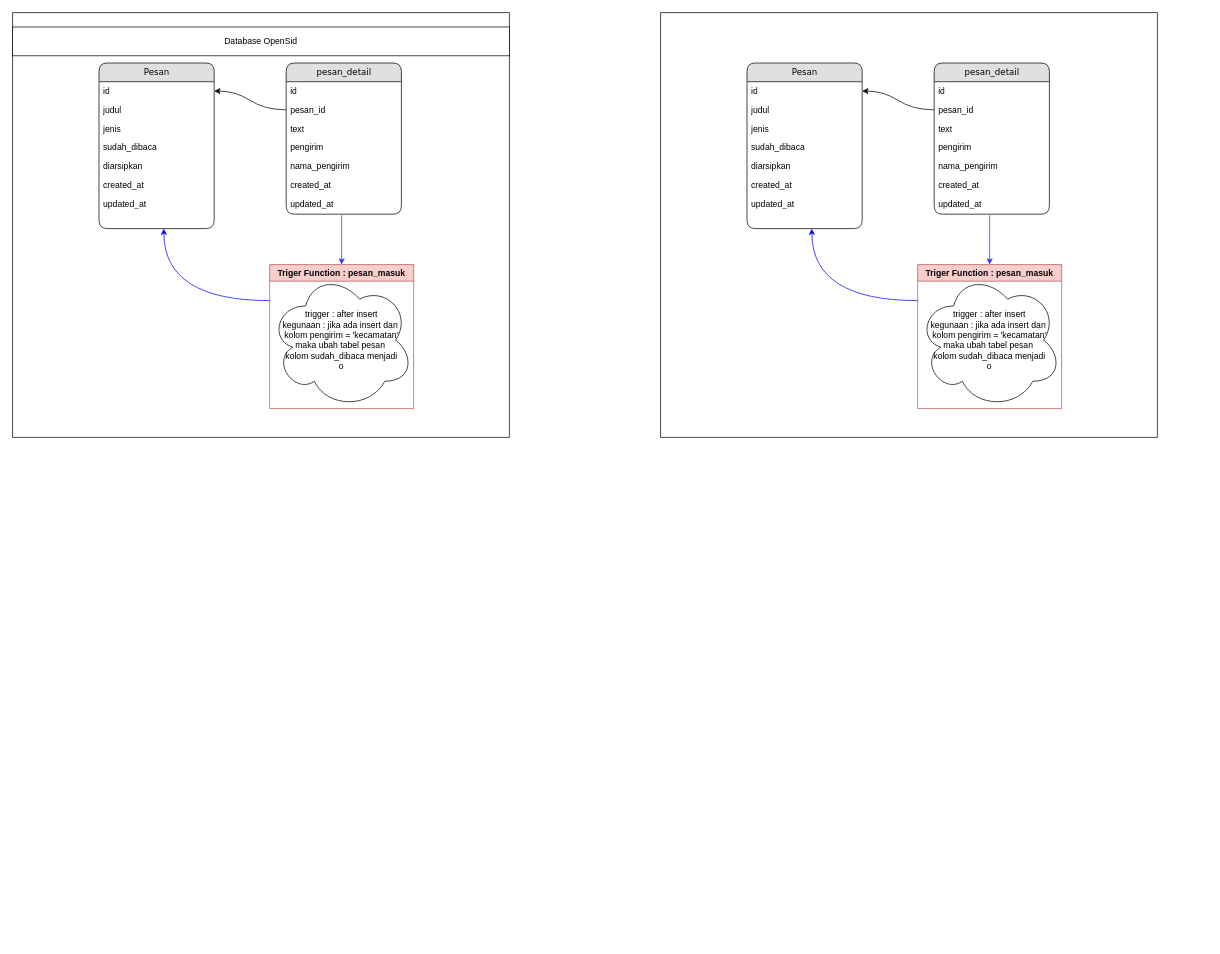
Earlier version of the draw.io diagram Untitled Diagram.drawio (apidong/apidong). Source tidied: cells renumbered, new cells numbered last; positions are measured from the earlier drawing's top-left corner, leaving out a move shared by most shapes. Both pictures are drawn from the tidied source at 72%, with x=0, y=0 at pixel (12, 12).
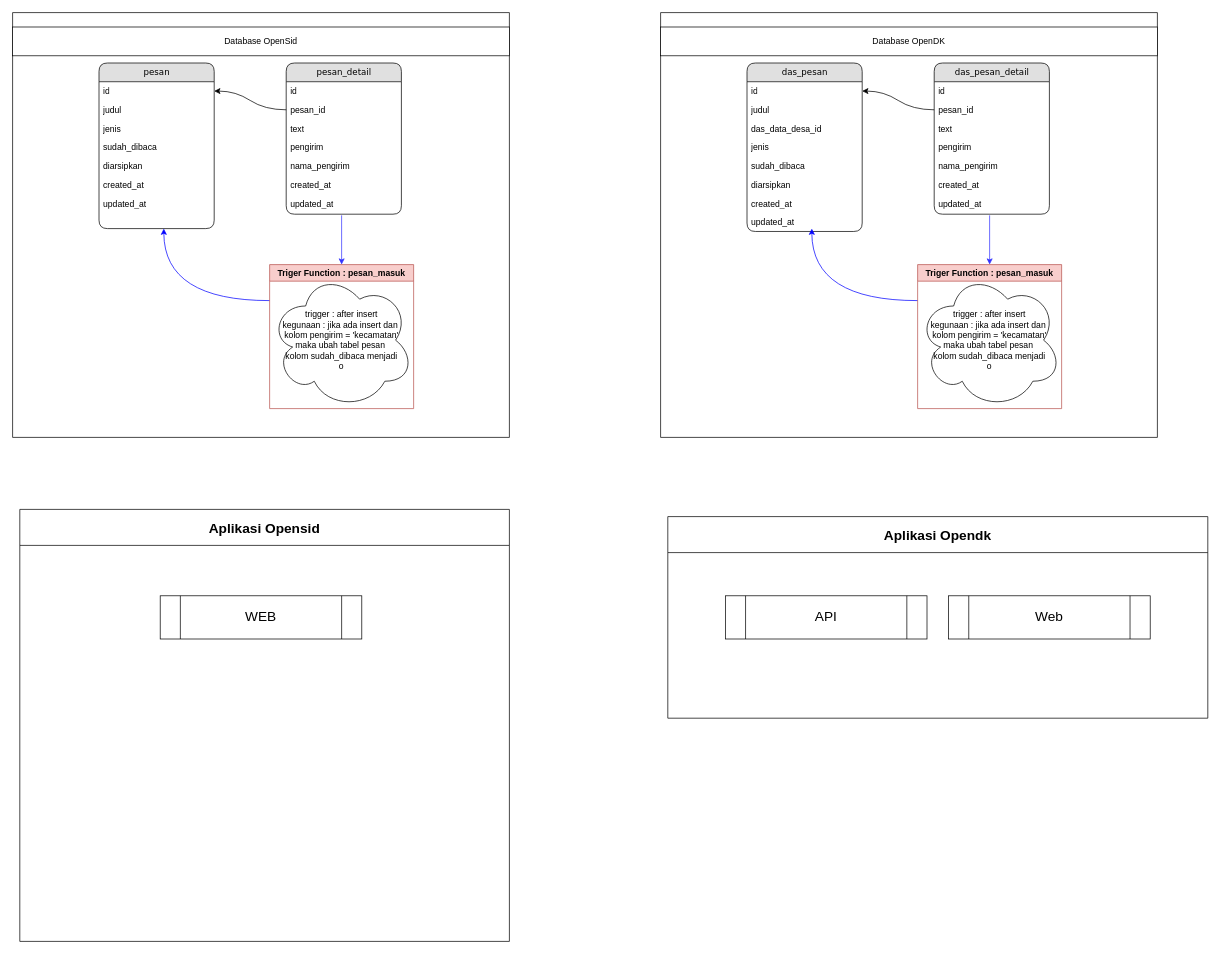
The same page after the edit.

The change refers to these unchanged cells:
```xml
<mxCell id="2" style="swimlane;startSize=0;" parent="1" vertex="1">
  <mxGeometry width="690" height="590" as="geometry" />
</mxCell>
<mxCell id="25" style="swimlane;startSize=0;" parent="1" vertex="1">
  <mxGeometry x="900" width="690" height="590" as="geometry" />
</mxCell>
```

Diff of the diagram source:
```diff
@@
-    <mxCell id="3" value="Pesan" style="swimlane;html=1;fontStyle=0;horizontal=1;startSize=26;fillColor=#e0e0e0;swimlaneFillColor=#ffffff;align=center;rounded=1;shadow=0;comic=0;labelBackgroundColor=none;strokeWidth=1;fontFamily=Verdana;fontSize=12;" parent="2" vertex="1">
+    <mxCell id="3" value="pesan" style="swimlane;html=1;fontStyle=0;horizontal=1;startSize=26;fillColor=#e0e0e0;swimlaneFillColor=#ffffff;align=center;rounded=1;shadow=0;comic=0;labelBackgroundColor=none;strokeWidth=1;fontFamily=Verdana;fontSize=12;" parent="2" vertex="1">
       <mxGeometry x="120" y="70" width="160" height="230" as="geometry" />
     </mxCell>
@@
-    <mxCell id="26" value="Pesan" style="swimlane;html=1;fontStyle=0;horizontal=1;startSize=26;fillColor=#e0e0e0;swimlaneFillColor=#ffffff;align=center;rounded=1;shadow=0;comic=0;labelBackgroundColor=none;strokeWidth=1;fontFamily=Verdana;fontSize=12;" parent="25" vertex="1">
-      <mxGeometry x="120" y="70" width="160" height="230" as="geometry" />
+    <mxCell id="26" value="das_pesan" style="swimlane;html=1;fontStyle=0;horizontal=1;startSize=26;fillColor=#e0e0e0;swimlaneFillColor=#ffffff;align=center;rounded=1;shadow=0;comic=0;labelBackgroundColor=none;strokeWidth=1;fontFamily=Verdana;fontSize=12;" parent="25" vertex="1">
+      <mxGeometry x="120" y="70" width="160" height="234" as="geometry" />
     </mxCell>
@@
-    <mxCell id="29" value="jenis" style="text;html=1;strokeColor=none;fillColor=none;spacingLeft=4;spacingRight=4;whiteSpace=wrap;overflow=hidden;" parent="26" vertex="1">
+    <mxCell id="29" value="das_data_desa_id" style="text;html=1;strokeColor=none;fillColor=none;spacingLeft=4;spacingRight=4;whiteSpace=wrap;overflow=hidden;" parent="26" vertex="1">
       <mxGeometry y="78" width="160" height="26" as="geometry" />
     </mxCell>
-    <mxCell id="30" value="sudah_dibaca" style="text;html=1;strokeColor=none;fillColor=none;spacingLeft=4;spacingRight=4;whiteSpace=wrap;overflow=hidden;" parent="26" vertex="1">
+    <mxCell id="30" value="jenis" style="text;html=1;strokeColor=none;fillColor=none;spacingLeft=4;spacingRight=4;whiteSpace=wrap;overflow=hidden;" parent="26" vertex="1">
       <mxGeometry y="104" width="160" height="26" as="geometry" />
     </mxCell>
-    <mxCell id="31" value="diarsipkan" style="text;html=1;strokeColor=none;fillColor=none;spacingLeft=4;spacingRight=4;whiteSpace=wrap;overflow=hidden;" parent="26" vertex="1">
+    <mxCell id="31" value="sudah_dibaca" style="text;html=1;strokeColor=none;fillColor=none;spacingLeft=4;spacingRight=4;whiteSpace=wrap;overflow=hidden;" parent="26" vertex="1">
       <mxGeometry y="130" width="160" height="26" as="geometry" />
     </mxCell>
+    <mxCell id="47" value="diarsipkan" style="text;html=1;strokeColor=none;fillColor=none;spacingLeft=4;spacingRight=4;whiteSpace=wrap;overflow=hidden;" parent="26" vertex="1">
+      <mxGeometry y="156" width="160" height="26" as="geometry" />
+    </mxCell>
     <mxCell id="32" value="created_at" style="text;html=1;strokeColor=none;fillColor=none;spacingLeft=4;spacingRight=4;whiteSpace=wrap;overflow=hidden;" parent="26" vertex="1">
-      <mxGeometry y="156" width="160" height="26" as="geometry" />
+      <mxGeometry y="182" width="160" height="26" as="geometry" />
     </mxCell>
     <mxCell id="33" value="updated_at" style="text;html=1;strokeColor=none;fillColor=none;spacingLeft=4;spacingRight=4;whiteSpace=wrap;overflow=hidden;" parent="26" vertex="1">
-      <mxGeometry y="182" width="160" height="26" as="geometry" />
+      <mxGeometry y="208" width="160" height="26" as="geometry" />
     </mxCell>
@@
-    <mxCell id="35" value="pesan_detail" style="swimlane;html=1;fontStyle=0;horizontal=1;startSize=26;fillColor=#e0e0e0;swimlaneFillColor=#ffffff;align=center;rounded=1;shadow=0;comic=0;labelBackgroundColor=none;strokeWidth=1;fontFamily=Verdana;fontSize=12;" parent="25" vertex="1">
+    <mxCell id="35" value="das_pesan_detail" style="swimlane;html=1;fontStyle=0;horizontal=1;startSize=26;fillColor=#e0e0e0;swimlaneFillColor=#ffffff;align=center;rounded=1;shadow=0;comic=0;labelBackgroundColor=none;strokeWidth=1;fontFamily=Verdana;fontSize=12;" parent="25" vertex="1">
       <mxGeometry x="380" y="70" width="160" height="210" as="geometry" />
     </mxCell>
@@
+    <mxCell id="48" value="Database OpenDK" style="whiteSpace=wrap;html=1;" parent="25" vertex="1">
+      <mxGeometry y="20" width="690" height="40" as="geometry" />
+    </mxCell>
+    <mxCell id="49" value="Aplikasi Opensid" style="swimlane;startSize=50;fontSize=19;" parent="1" vertex="1">
+      <mxGeometry x="10" y="690" width="680" height="600" as="geometry" />
+    </mxCell>
+    <mxCell id="50" value="WEB" style="shape=process;whiteSpace=wrap;html=1;backgroundOutline=1;fontSize=19;" parent="49" vertex="1">
+      <mxGeometry x="195" y="120" width="280" height="60" as="geometry" />
+    </mxCell>
+    <mxCell id="51" value="Aplikasi Opendk" style="swimlane;startSize=50;fontSize=19;" parent="1" vertex="1">
+      <mxGeometry x="910" y="700" width="750" height="280" as="geometry" />
+    </mxCell>
+    <mxCell id="52" value="API" style="shape=process;whiteSpace=wrap;html=1;backgroundOutline=1;fontSize=19;" parent="51" vertex="1">
+      <mxGeometry x="80" y="110" width="280" height="60" as="geometry" />
+    </mxCell>
+    <mxCell id="53" value="Web" style="shape=process;whiteSpace=wrap;html=1;backgroundOutline=1;fontSize=19;" parent="51" vertex="1">
+      <mxGeometry x="390" y="110" width="280" height="60" as="geometry" />
+    </mxCell>
```
